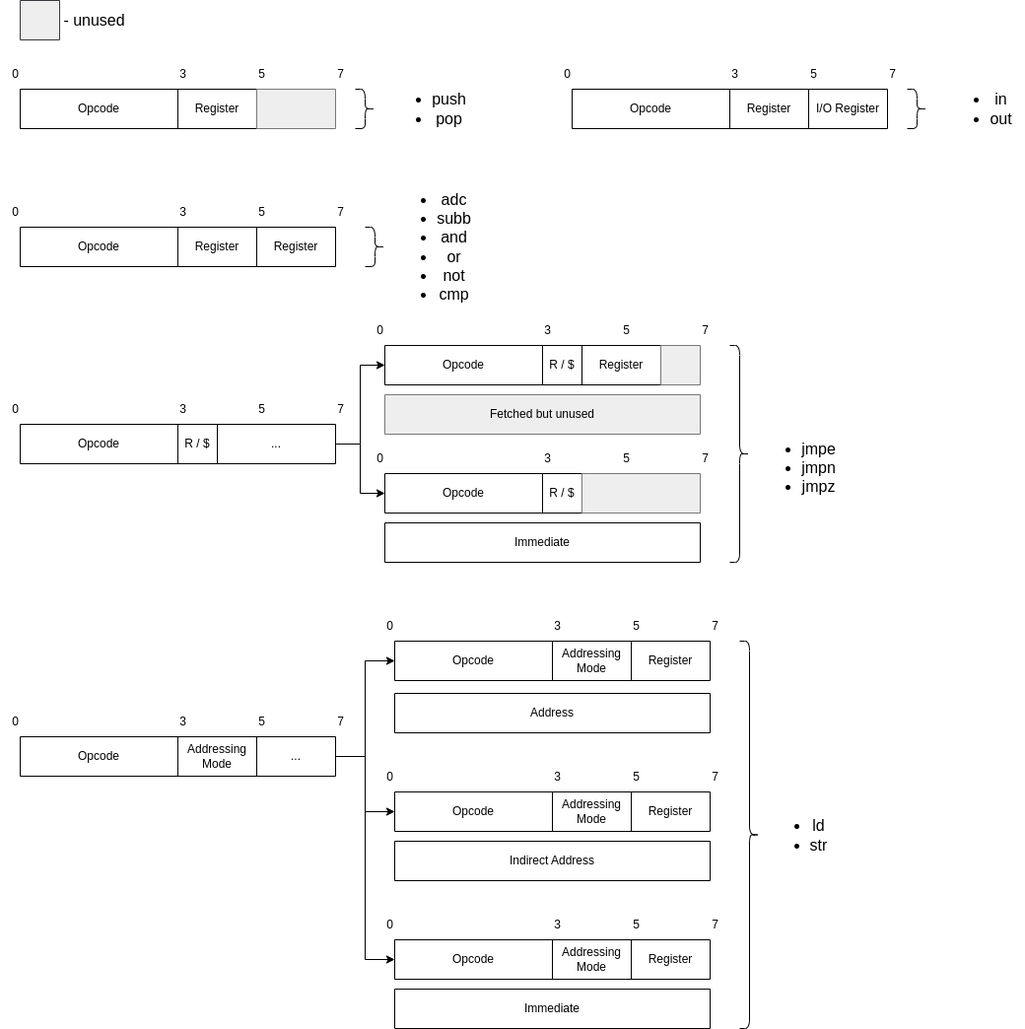
Above: Diagrams/Instruction_Format.drawio.png in AbiPrescott/Sharp-R8 (draw.io), before the change. Source tidied: cells renumbered, new cells last; positions are measured from the earlier drawing's top-left corner, leaving out a move shared by most shapes.
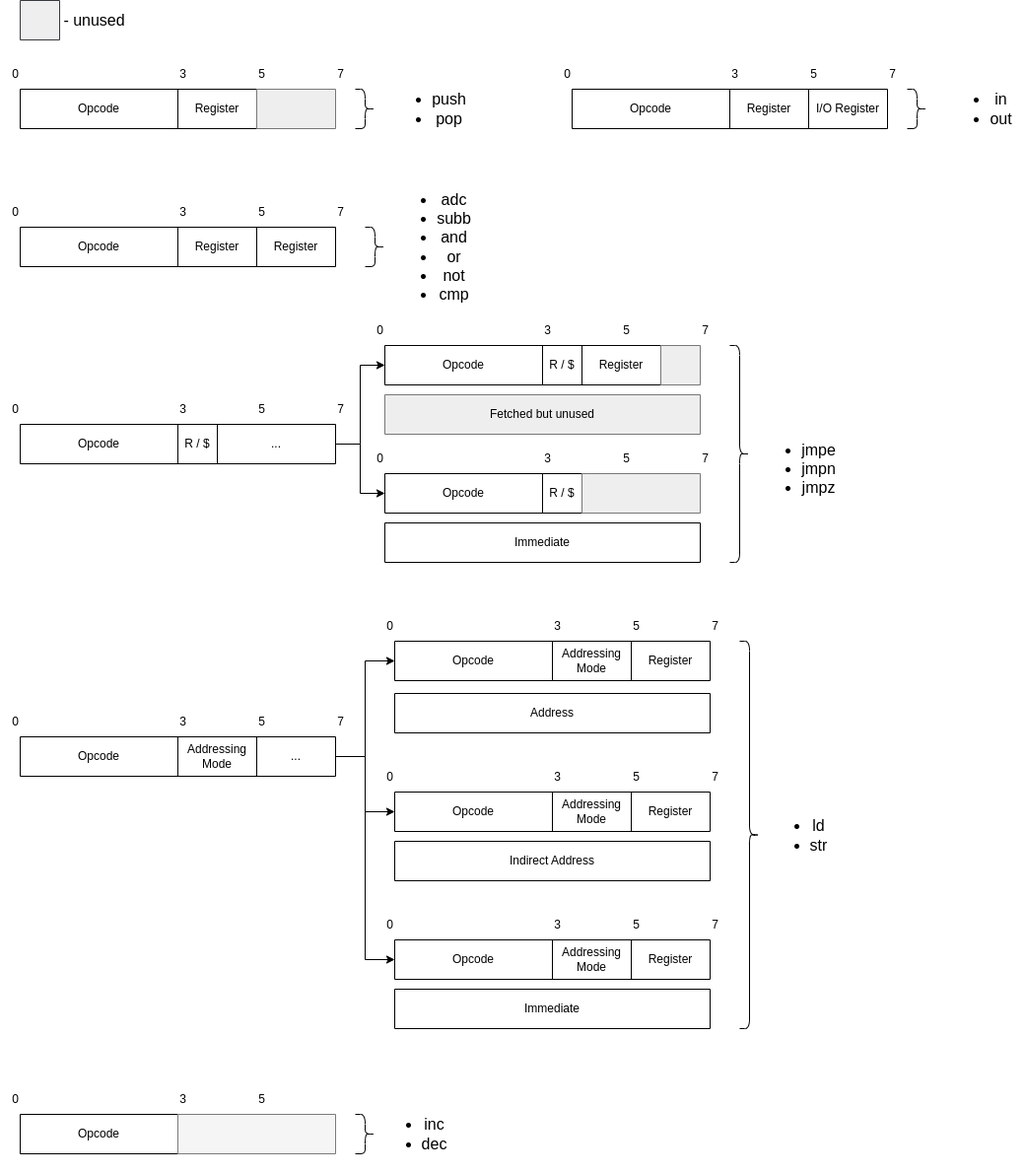
After the change.

Change to the diagram source:
```diff
@@ -392,5 +392,32 @@
     <mxCell id="126" value="Fetched but unused" style="shape=partialRectangle;html=1;whiteSpace=wrap;strokeColor=#36393d;overflow=hidden;fillColor=#eeeeee;top=0;left=0;bottom=0;right=0;rowspan=1;colspan=8;" parent="125" vertex="1">
       <mxGeometry width="320" height="40" as="geometry" />
     </mxCell>
+    <mxCell id="127" style="shape=table;startSize=0;fontSize=14;" parent="1" vertex="1">
+      <mxGeometry x="20" y="1130" width="320" height="40" as="geometry" />
+    </mxCell>
+    <mxCell id="128" style="shape=tableRow;horizontal=0;startSize=0;swimlaneHead=0;swimlaneBody=0;strokeColor=inherit;top=0;left=0;bottom=0;right=0;fillColor=none;" parent="127" vertex="1">
+      <mxGeometry width="320" height="40" as="geometry" />
+    </mxCell>
+    <mxCell id="129" value="Opcode" style="shape=partialRectangle;html=1;whiteSpace=wrap;strokeColor=inherit;overflow=hidden;fillColor=none;top=0;left=0;bottom=0;right=0;rowspan=1;colspan=4;" parent="128" vertex="1">
+      <mxGeometry width="160" height="40" as="geometry" />
+    </mxCell>
+    <mxCell id="130" style="shape=partialRectangle;html=1;whiteSpace=wrap;strokeColor=#666666;overflow=hidden;fillColor=#f5f5f5;top=0;left=0;bottom=0;right=0;rowspan=1;colspan=4;fontColor=#333333;" parent="128" vertex="1">
+      <mxGeometry x="160" width="160" height="40" as="geometry" />
+    </mxCell>
+    <mxCell id="131" value="0" style="text;html=1;align=center;verticalAlign=middle;strokeColor=none;fillColor=none;" parent="1" vertex="1">
+      <mxGeometry y="1100" width="30" height="30" as="geometry" />
+    </mxCell>
+    <mxCell id="132" value="3" style="text;html=1;align=center;verticalAlign=middle;strokeColor=none;fillColor=none;" parent="1" vertex="1">
+      <mxGeometry x="170" y="1100" width="30" height="30" as="geometry" />
+    </mxCell>
+    <mxCell id="133" value="5" style="text;html=1;align=center;verticalAlign=middle;strokeColor=none;fillColor=none;" parent="1" vertex="1">
+      <mxGeometry x="250" y="1100" width="30" height="30" as="geometry" />
+    </mxCell>
+    <mxCell id="134" style="shape=curlyBracket;whiteSpace=wrap;html=1;rounded=1;flipH=1;labelPosition=right;verticalLabelPosition=middle;align=left;verticalAlign=middle;" parent="1" vertex="1">
+      <mxGeometry x="360" y="1130" width="20" height="40" as="geometry" />
+    </mxCell>
+    <mxCell id="135" value="&lt;ul style=&quot;font-size: 16px;&quot;&gt;&lt;li style=&quot;font-size: 16px;&quot;&gt;inc&lt;/li&gt;&lt;li style=&quot;font-size: 16px;&quot;&gt;dec&lt;/li&gt;&lt;/ul&gt;" style="text;html=1;align=center;verticalAlign=middle;strokeColor=none;fillColor=none;fontSize=16;" parent="1" vertex="1">
+      <mxGeometry x="375" y="1110" width="90" height="80" as="geometry" />
+    </mxCell>
   </root>
 </mxGraphModel>
```
